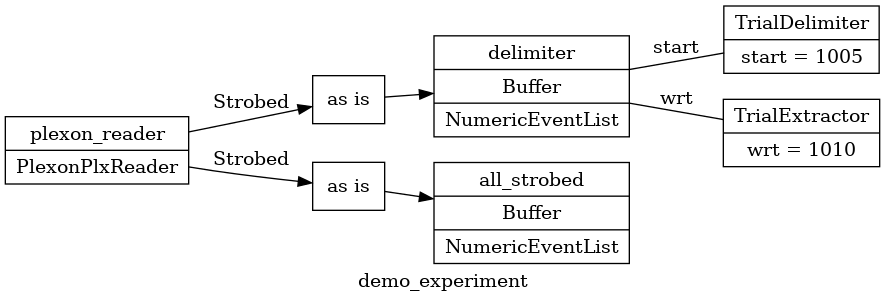
Above: pyramid/docs/plexon-demo/demo_experiment.png in benjamin-heasly/gold-lab-nwb-conversions (Graphviz), before the change. Its source is kept beside it as pyramid/docs/plexon-demo/demo_experiment.dot.
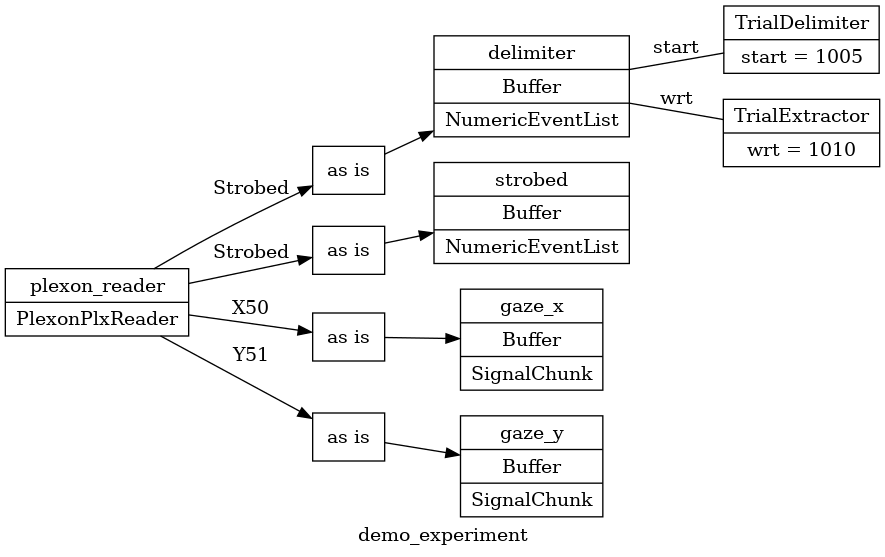
Later version of the same file.

Commit message:
Plexon read many blocks at a time to avoid starvation vs gui updates.

What changed in the source:
```diff
@@ -2,13 +2,21 @@
 	graph [label=demo_experiment rankdir=LR]
 	plexon_reader [label="plexon_reader|PlexonPlxReader" shape=record]
 	delimiter [label="delimiter|Buffer|NumericEventList" shape=record]
-	all_strobed [label="all_strobed|Buffer|NumericEventList" shape=record]
+	strobed [label="strobed|Buffer|NumericEventList" shape=record]
+	gaze_x [label="gaze_x|Buffer|SignalChunk" shape=record]
+	gaze_y [label="gaze_y|Buffer|SignalChunk" shape=record]
 	plexon_reader_route_0 [label="as is" shape=record]
 	plexon_reader -> plexon_reader_route_0 [label=Strobed]
 	plexon_reader_route_0 -> delimiter
 	plexon_reader_route_1 [label="as is" shape=record]
 	plexon_reader -> plexon_reader_route_1 [label=Strobed]
-	plexon_reader_route_1 -> all_strobed
+	plexon_reader_route_1 -> strobed
+	plexon_reader_route_2 [label="as is" shape=record]
+	plexon_reader -> plexon_reader_route_2 [label=X50]
+	plexon_reader_route_2 -> gaze_x
+	plexon_reader_route_3 [label="as is" shape=record]
+	plexon_reader -> plexon_reader_route_3 [label=Y51]
+	plexon_reader_route_3 -> gaze_y
 	trial_delimiter [label="TrialDelimiter|start = 1005" shape=record]
 	delimiter -> trial_delimiter [label=start arrowhead=none arrowtail=none]
 	trial_extractor [label="TrialExtractor|wrt = 1010" shape=record]
```
